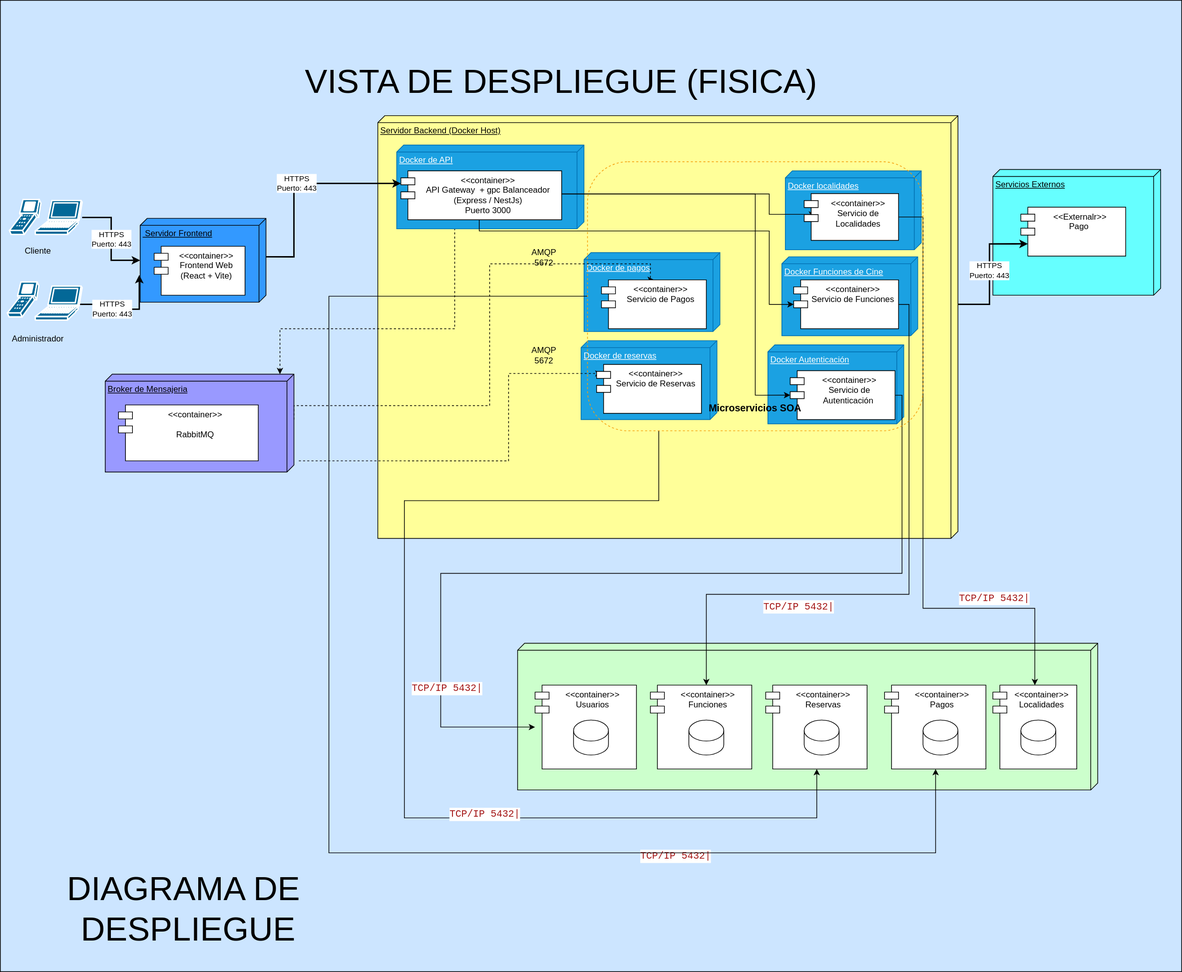
Earlier version of the draw.io export Practica1/Doc/Vistas4+1/img/Practica1-Vista_Despliegue.drawio.svg (matiuuh/SA_PRACTICA_G10). Source tidied: cells renumbered, new cells last; positions are measured from the earlier drawing's top-left corner, leaving out a move shared by most shapes.
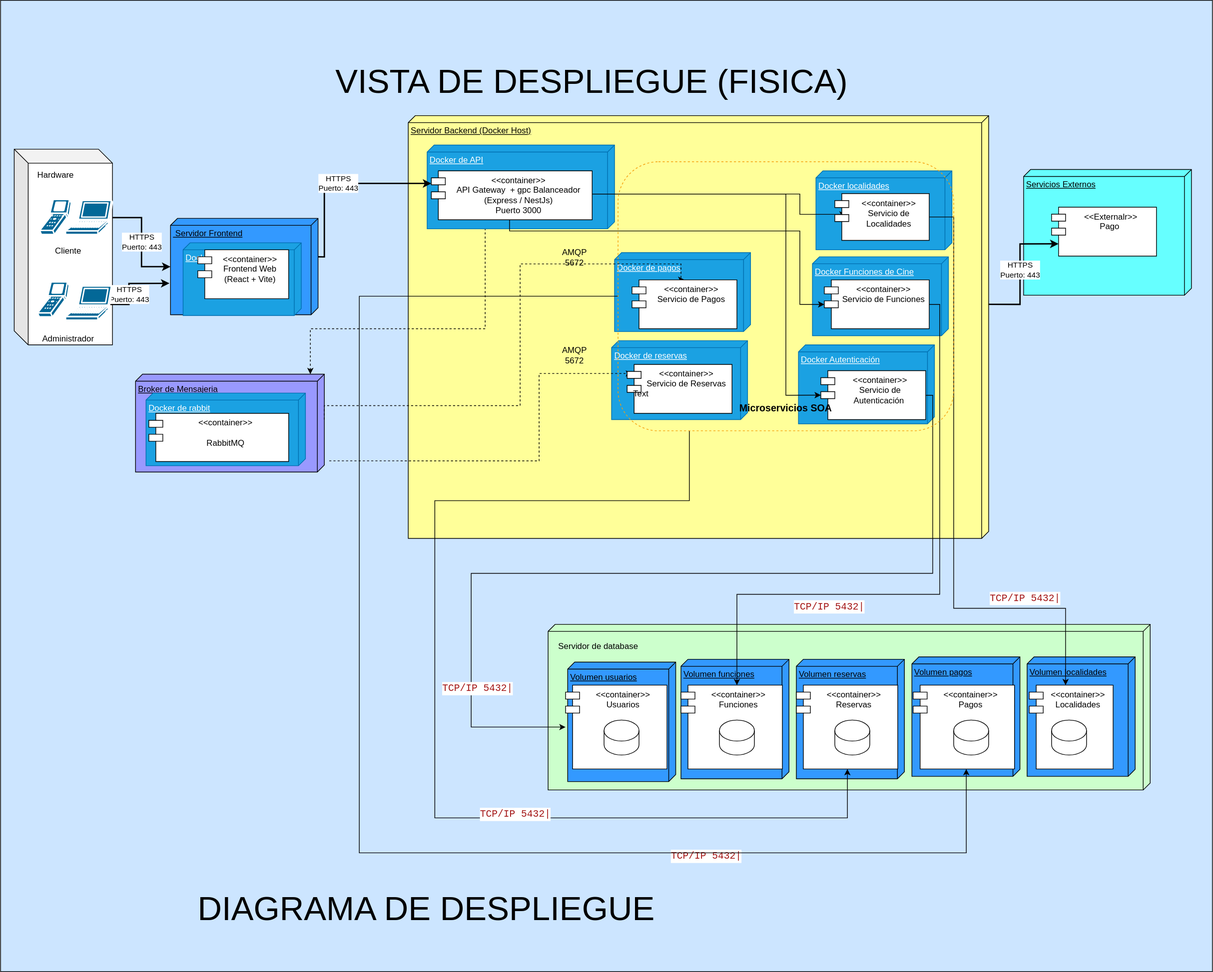
Above is the later version.

What changed in the source:
```diff
@@ -3,17 +3,32 @@
     <mxCell id="0" />
     <mxCell id="1" parent="0" />
     <mxCell id="2" style="rounded=0;whiteSpace=wrap;html=1;fillColor=#CCE5FF;" parent="1" vertex="1">
-      <mxGeometry width="1690" height="1390" as="geometry" />
+      <mxGeometry x="-43" width="1733" height="1390" as="geometry" />
     </mxCell>
+    <mxCell id="65" style="shape=cube;whiteSpace=wrap;html=1;boundedLbl=1;backgroundOutline=1;darkOpacity=0.05;darkOpacity2=0.1;" parent="1" vertex="1">
+      <mxGeometry x="-23.5" y="213" width="140.5" height="280" as="geometry" />
+    </mxCell>
     <mxCell id="3" value="&lt;mxGraphModel&gt;&lt;root&gt;&lt;mxCell id=&quot;0&quot;/&gt;&lt;mxCell id=&quot;1&quot; parent=&quot;0&quot;/&gt;&lt;mxCell id=&quot;2&quot; parent=&quot;1&quot; style=&quot;shape=module;align=left;spacingLeft=20;align=center;verticalAlign=top;whiteSpace=wrap;html=1;&quot; value=&quot;&amp;amp;lt;&amp;amp;lt;container&amp;amp;gt;&amp;amp;gt;&amp;lt;div&amp;gt;Pagos&amp;lt;br&amp;gt;&amp;lt;div&amp;gt;&amp;lt;span style=&amp;quot;background-color: transparent; color: light-dark(rgba(0, 0, 0, 0), rgba(237, 237, 237, 0)); font-family: monospace; font-size: 0px; text-align: start; white-space: nowrap;&amp;quot;&amp;gt;3CmxGraphModel%3E%3Croot%3E%3CmxCell%20id%3D%220%22%2F%3E%3CmxCell%20id%3D%221%22%20parent%3D%220%22%2F%3E%3CmxCell%20id%3D%222%22%20parent%3D%221%22%20style%3D%22verticalAlign%3Dtop%3Balign%3Dleft%3BspacingTop%3D8%3BspacingLeft%3D2%3BspacingRight%3D12%3Bshape%3Dcube%3Bsize%3D10%3Bdirection%3Dsouth%3BfontStyle%3D4%3Bhtml%3D1%3BwhiteSpace%3Dwrap%3B%22%20value%3D%22Nodo%202%3A%20Servidor%20Frontend%22%20vertex%3D%221%22%3E%3CmxGeometry%20height%3D%22120%22%20width%3D%22180%22%20x%3D%22210%22%20y%3D%22100%22%20as%3D%22geometry%22%2F%3E%3C%2FmxCell%3E%3CmxCell%20id%3D%223%22%20parent%3D%221%22%20style%3D%22shape%3Dmodule%3Balign%3Dleft%3BspacingLeft%3D20%3Balign%3Dcenter%3BverticalAlign%3Dtop%3BwhiteSpace%3Dwrap%3Bhtml%3D1%3B%22%20value%3D%22%26amp%3Blt%3B%26amp%3Blt%3Bcontainer%26amp%3Bgt%3B%26amp%3Bgt%3B%26lt%3Bdiv%26gt%3BFrontend%20Web%26lt%3B%2Fdiv%26gt%3B%26lt%3Bdiv%26gt%3B(React%20%2B%20Vite)%26lt%3B%2Fdiv%26gt%3B%22%20vertex%3D%221%22%3E%3CmxGeometry%20height%3D%2270%22%20width%3D%22130%22%20x%3D%22230%22%20y%3D%22140%22%20as%3D%22geometry%22%2F%3E%3C%2FmxCell%3E%3C%2Froot%3E%3C%2FmxGraphModel%3E" style="verticalAlign=top;align=left;spacingTop=8;spacingLeft=2;spacingRight=12;shape=cube;size=10;direction=south;fontStyle=4;html=1;whiteSpace=wrap;fillColor=#CCFFCC;" parent="1" vertex="1">
-      <mxGeometry x="740" y="920" width="830" height="210" as="geometry" />
+      <mxGeometry x="740" y="893" width="861" height="237" as="geometry" />
     </mxCell>
+    <mxCell id="66" value="Volumen localidades" style="verticalAlign=top;align=left;spacingTop=8;spacingLeft=2;spacingRight=12;shape=cube;size=10;direction=south;fontStyle=4;html=1;whiteSpace=wrap;fillColor=#3399FF;" parent="1" vertex="1">
+      <mxGeometry x="1425" y="939.5" width="154.5" height="171" as="geometry" />
+    </mxCell>
+    <mxCell id="67" value="Volumen pagos" style="verticalAlign=top;align=left;spacingTop=8;spacingLeft=2;spacingRight=12;shape=cube;size=10;direction=south;fontStyle=4;html=1;whiteSpace=wrap;fillColor=#3399FF;" parent="1" vertex="1">
+      <mxGeometry x="1260.2" y="939.5" width="154.5" height="171" as="geometry" />
+    </mxCell>
+    <mxCell id="68" value="Volumen reservas" style="verticalAlign=top;align=left;spacingTop=8;spacingLeft=2;spacingRight=12;shape=cube;size=10;direction=south;fontStyle=4;html=1;whiteSpace=wrap;fillColor=#3399FF;" parent="1" vertex="1">
+      <mxGeometry x="1095" y="943" width="154.5" height="171" as="geometry" />
+    </mxCell>
+    <mxCell id="69" value="Volumen usuarios" style="verticalAlign=top;align=left;spacingTop=8;spacingLeft=2;spacingRight=12;shape=cube;size=10;direction=south;fontStyle=4;html=1;whiteSpace=wrap;fillColor=#3399FF;" parent="1" vertex="1">
+      <mxGeometry x="768" y="947" width="154.5" height="171" as="geometry" />
+    </mxCell>
+    <mxCell id="70" value="Volumen funciones" style="verticalAlign=top;align=left;spacingTop=8;spacingLeft=2;spacingRight=12;shape=cube;size=10;direction=south;fontStyle=4;html=1;whiteSpace=wrap;fillColor=#3399FF;" parent="1" vertex="1">
+      <mxGeometry x="930" y="943" width="154.5" height="171" as="geometry" />
+    </mxCell>
     <mxCell id="4" value="&amp;nbsp;Servidor Frontend" style="verticalAlign=top;align=left;spacingTop=8;spacingLeft=2;spacingRight=12;shape=cube;size=10;direction=south;fontStyle=4;html=1;whiteSpace=wrap;fillColor=#3399FF;" parent="1" vertex="1">
-      <mxGeometry x="200" y="312" width="180" height="120" as="geometry" />
+      <mxGeometry x="200" y="312" width="211" height="138" as="geometry" />
     </mxCell>
-    <mxCell id="5" value="&amp;lt;&amp;lt;container&amp;gt;&amp;gt;&lt;div&gt;Frontend Web&lt;/div&gt;&lt;div&gt;(React + Vite)&lt;/div&gt;" style="shape=module;align=left;spacingLeft=20;align=center;verticalAlign=top;whiteSpace=wrap;html=1;" parent="1" vertex="1">
-      <mxGeometry x="220" y="352" width="130" height="70" as="geometry" />
-    </mxCell>
     <mxCell id="6" value="Servidor Backend (Docker Host)" style="verticalAlign=top;align=left;spacingTop=8;spacingLeft=2;spacingRight=12;shape=cube;size=10;direction=south;fontStyle=4;html=1;whiteSpace=wrap;fillColor=#FFFF99;" parent="1" vertex="1">
       <mxGeometry x="540" y="165" width="830" height="605" as="geometry" />
     </mxCell>
@@ -60,7 +75,7 @@
       <mxGeometry x="1150" y="1030" width="50" height="50" as="geometry" />
     </mxCell>
     <mxCell id="17" value="&amp;lt;&amp;lt;container&amp;gt;&amp;gt;&lt;div&gt;Pagos&lt;br&gt;&lt;div&gt;&lt;span style=&quot;background-color: transparent; color: light-dark(rgba(0, 0, 0, 0), rgba(237, 237, 237, 0)); font-family: monospace; font-size: 0px; text-align: start; white-space: nowrap;&quot;&gt;3CmxGraphModel%3E%3Croot%3E%3CmxCell%20id%3D%220%22%2F%3E%3CmxCell%20id%3D%221%22%20parent%3D%220%22%2F%3E%3CmxCell%20id%3D%222%22%20parent%3D%221%22%20style%3D%22verticalAlign%3Dtop%3Balign%3Dleft%3BspacingTop%3D8%3BspacingLeft%3D2%3BspacingRight%3D12%3Bshape%3Dcube%3Bsize%3D10%3Bdirection%3Dsouth%3BfontStyle%3D4%3Bhtml%3D1%3BwhiteSpace%3Dwrap%3B%22%20value%3D%22Nodo%202%3A%20Servidor%20Frontend%22%20vertex%3D%221%22%3E%3CmxGeometry%20height%3D%22120%22%20width%3D%22180%22%20x%3D%22210%22%20y%3D%22100%22%20as%3D%22geometry%22%2F%3E%3C%2FmxCell%3E%3CmxCell%20id%3D%223%22%20parent%3D%221%22%20style%3D%22shape%3Dmodule%3Balign%3Dleft%3BspacingLeft%3D20%3Balign%3Dcenter%3BverticalAlign%3Dtop%3BwhiteSpace%3Dwrap%3Bhtml%3D1%3B%22%20value%3D%22%26amp%3Blt%3B%26amp%3Blt%3Bcontainer%26amp%3Bgt%3B%26amp%3Bgt%3B%26lt%3Bdiv%26gt%3BFrontend%20Web%26lt%3B%2Fdiv%26gt%3B%26lt%3Bdiv%26gt%3B(React%20%2B%20Vite)%26lt%3B%2Fdiv%26gt%3B%22%20vertex%3D%221%22%3E%3CmxGeometry%20height%3D%2270%22%20width%3D%22130%22%20x%3D%22230%22%20y%3D%22140%22%20as%3D%22geometry%22%2F%3E%3C%2FmxCell%3E%3C%2Froot%3E%3C%2FmxGraphModel%3E&lt;/span&gt;&lt;/div&gt;&lt;div&gt;&lt;span style=&quot;color: rgba(0, 0, 0, 0); font-family: monospace; font-size: 0px; text-align: start; white-space: nowrap; background-color: transparent;&quot;&gt;sjdklfa&lt;/span&gt;&lt;/div&gt;&lt;div&gt;&lt;span style=&quot;color: rgba(0, 0, 0, 0); font-family: monospace; font-size: 0px; text-align: start; white-space: nowrap; background-color: transparent;&quot;&gt;Ser&lt;/span&gt;&lt;/div&gt;&lt;/div&gt;" style="shape=module;align=left;spacingLeft=20;align=center;verticalAlign=top;whiteSpace=wrap;html=1;" parent="1" vertex="1">
-      <mxGeometry x="1265" y="980" width="145" height="120" as="geometry" />
+      <mxGeometry x="1262" y="980" width="145" height="120" as="geometry" />
     </mxCell>
     <mxCell id="18" style="shape=cylinder3;whiteSpace=wrap;html=1;boundedLbl=1;backgroundOutline=1;size=15;" parent="1" vertex="1">
       <mxGeometry x="1320" y="1030" width="50" height="50" as="geometry" />
@@ -68,8 +83,11 @@
     <mxCell id="19" value="Broker de Mensajeria" style="verticalAlign=top;align=left;spacingTop=8;spacingLeft=2;spacingRight=12;shape=cube;size=10;direction=south;fontStyle=4;html=1;whiteSpace=wrap;fillColor=#9999FF;" parent="1" vertex="1">
       <mxGeometry x="150" y="535" width="270" height="140" as="geometry" />
     </mxCell>
+    <mxCell id="71" value="&lt;div&gt;Docker de rabbit&lt;/div&gt;&lt;div&gt;&lt;br&gt;&lt;/div&gt;" style="verticalAlign=top;align=left;spacingTop=8;spacingLeft=2;spacingRight=12;shape=cube;size=10;direction=south;fontStyle=4;html=1;whiteSpace=wrap;fillColor=#1ba1e2;fontColor=#ffffff;strokeColor=#006EAF;" parent="1" vertex="1">
+      <mxGeometry x="165" y="562" width="228" height="104" as="geometry" />
+    </mxCell>
     <mxCell id="20" value="&amp;lt;&amp;lt;container&amp;gt;&amp;gt;&lt;div&gt;&lt;br&gt;&lt;/div&gt;&lt;div&gt;RabbitMQ&lt;/div&gt;" style="shape=module;align=left;spacingLeft=20;align=center;verticalAlign=top;whiteSpace=wrap;html=1;" parent="1" vertex="1">
-      <mxGeometry x="169" y="579" width="200" height="80" as="geometry" />
+      <mxGeometry x="169" y="591" width="200" height="69" as="geometry" />
     </mxCell>
     <mxCell id="21" value="HTTPS&#10;Puerto: 443" style="endArrow=classic;html=1;rounded=0;strokeWidth=2;exitX=0;exitY=0;exitDx=270;exitDy=0;exitPerimeter=0;entryX=0;entryY=0.75;entryDx=10;entryDy=0;entryPerimeter=0;edgeStyle=orthogonalEdgeStyle;" parent="1" edge="1" source="6" target="10">
       <mxGeometry relative="1" as="geometry" />
@@ -77,8 +95,8 @@
     <mxCell id="22" value="HTTPS&#10;Puerto: 443" style="endArrow=classic;html=1;rounded=0;strokeWidth=2;edgeStyle=orthogonalEdgeStyle;" parent="1" edge="1" source="37" target="4">
       <mxGeometry relative="1" as="geometry" />
     </mxCell>
-    <mxCell id="23" value="&lt;font style=&quot;font-size: 48px;&quot;&gt;DIAGRAMA DE&amp;nbsp;&lt;/font&gt;&lt;div&gt;&lt;font style=&quot;font-size: 48px;&quot;&gt;DESPLIEGUE&lt;/font&gt;&lt;/div&gt;" style="text;html=1;whiteSpace=wrap;strokeColor=none;fillColor=none;align=center;verticalAlign=middle;rounded=0;" parent="1" vertex="1">
-      <mxGeometry x="94" y="1250" width="350" height="100" as="geometry" />
+    <mxCell id="23" value="&lt;font style=&quot;font-size: 48px;&quot;&gt;DIAGRAMA DE&amp;nbsp;&lt;/font&gt;&lt;font style=&quot;font-size: 48px;&quot;&gt;DESPLIEGUE&lt;/font&gt;" style="text;html=1;whiteSpace=wrap;strokeColor=none;fillColor=none;align=center;verticalAlign=middle;rounded=0;" parent="1" vertex="1">
+      <mxGeometry x="94" y="1250" width="944" height="100" as="geometry" />
     </mxCell>
     <mxCell id="24" value="HTTPS&#10;Puerto: 443" style="endArrow=classic;html=1;rounded=0;strokeWidth=2;edgeStyle=orthogonalEdgeStyle;entryX=0.674;entryY=1.007;entryDx=0;entryDy=0;entryPerimeter=0;" parent="1" edge="1" target="4">
       <mxGeometry relative="1" as="geometry">
@@ -89,7 +107,7 @@
       <mxGeometry x="220" y="61" width="1165" height="110" as="geometry" />
     </mxCell>
     <mxCell id="26" value="&amp;lt;&amp;lt;container&amp;gt;&amp;gt;&lt;div&gt;Localidades&lt;/div&gt;" style="shape=module;align=left;spacingLeft=20;align=center;verticalAlign=top;whiteSpace=wrap;html=1;" parent="1" vertex="1">
-      <mxGeometry x="1420" y="980" width="120" height="120" as="geometry" />
+      <mxGeometry x="1428" y="980" width="120" height="120" as="geometry" />
     </mxCell>
     <mxCell id="27" style="shape=cylinder3;whiteSpace=wrap;html=1;boundedLbl=1;backgroundOutline=1;size=15;" parent="1" vertex="1">
       <mxGeometry x="1460" y="1030" width="50" height="50" as="geometry" />
@@ -275,5 +293,20 @@
     <mxCell id="64" value="&lt;div&gt;&lt;br&gt;&lt;/div&gt;&lt;div&gt;&lt;br&gt;&lt;/div&gt;&lt;div&gt;&lt;br&gt;&lt;/div&gt;&lt;div&gt;&lt;br&gt;&lt;/div&gt;&lt;div&gt;&lt;br&gt;&lt;/div&gt;&lt;div&gt;&lt;br&gt;&lt;/div&gt;&lt;div&gt;&lt;br&gt;&lt;/div&gt;&lt;div&gt;&lt;br&gt;&lt;/div&gt;&lt;div&gt;&lt;br&gt;&lt;/div&gt;&lt;div&gt;&lt;br&gt;&lt;/div&gt;&lt;div&gt;&lt;br&gt;&lt;/div&gt;&lt;div&gt;&lt;br&gt;&lt;/div&gt;&lt;div&gt;&lt;br&gt;&lt;/div&gt;&lt;div&gt;&lt;br&gt;&lt;/div&gt;&lt;div&gt;&lt;br&gt;&lt;/div&gt;&lt;div&gt;&lt;br&gt;&lt;/div&gt;&lt;div&gt;&lt;br&gt;&lt;/div&gt;&lt;div&gt;&lt;br&gt;&lt;/div&gt;&lt;div&gt;&lt;br&gt;&lt;/div&gt;Microservicios SOA" style="rounded=1;whiteSpace=wrap;html=1;dashed=1;fontSize=14;fontStyle=1;fillColor=none;strokeColor=#f59e0b;" parent="1" vertex="1">
       <mxGeometry x="840" y="231" width="480" height="385" as="geometry" />
     </mxCell>
+    <mxCell id="72" value="Docker de clientI" style="verticalAlign=top;align=left;spacingTop=8;spacingLeft=2;spacingRight=12;shape=cube;size=10;direction=south;fontStyle=4;html=1;whiteSpace=wrap;fillColor=#1ba1e2;fontColor=#ffffff;strokeColor=#006EAF;" parent="1" vertex="1">
+      <mxGeometry x="218" y="347" width="169" height="104" as="geometry" />
+    </mxCell>
+    <mxCell id="5" value="&amp;lt;&amp;lt;container&amp;gt;&amp;gt;&lt;div&gt;Frontend Web&lt;/div&gt;&lt;div&gt;(React + Vite)&lt;/div&gt;" style="shape=module;align=left;spacingLeft=20;align=center;verticalAlign=top;whiteSpace=wrap;html=1;" parent="1" vertex="1">
+      <mxGeometry x="239" y="357" width="130" height="70" as="geometry" />
+    </mxCell>
+    <mxCell id="73" value="Text" style="text;html=1;whiteSpace=wrap;strokeColor=none;fillColor=none;align=center;verticalAlign=middle;rounded=0;" parent="1" vertex="1">
+      <mxGeometry x="843" y="548" width="60" height="30" as="geometry" />
+    </mxCell>
+    <mxCell id="74" value="Hardware" style="text;html=1;whiteSpace=wrap;strokeColor=none;fillColor=none;align=center;verticalAlign=middle;rounded=0;" parent="1" vertex="1">
+      <mxGeometry x="5.5" y="235" width="60" height="30" as="geometry" />
+    </mxCell>
+    <mxCell id="75" value="Servidor de database" style="text;html=1;whiteSpace=wrap;strokeColor=none;fillColor=none;align=center;verticalAlign=middle;rounded=0;" parent="1" vertex="1">
+      <mxGeometry x="743" y="909.5" width="138" height="30" as="geometry" />
+    </mxCell>
   </root>
 </mxGraphModel>
```
